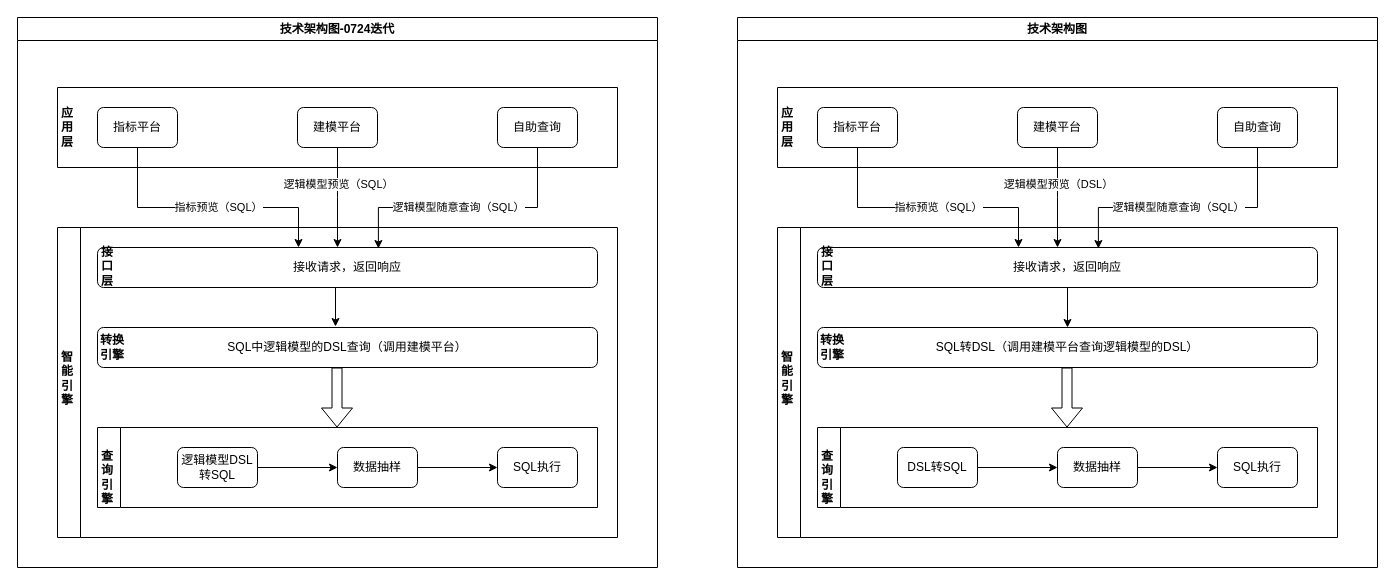
Before: biz_flow/虚拟化引擎设计.drawio in hlld3344/diagrams, a draw.io diagram. Source tidied: cells renumbered, new cells numbered last; positions are measured from the earlier drawing's top-left corner, leaving out a move shared by most shapes. Both pictures are drawn from the tidied source at 100%, with x=0, y=0 at pixel (17, 17).
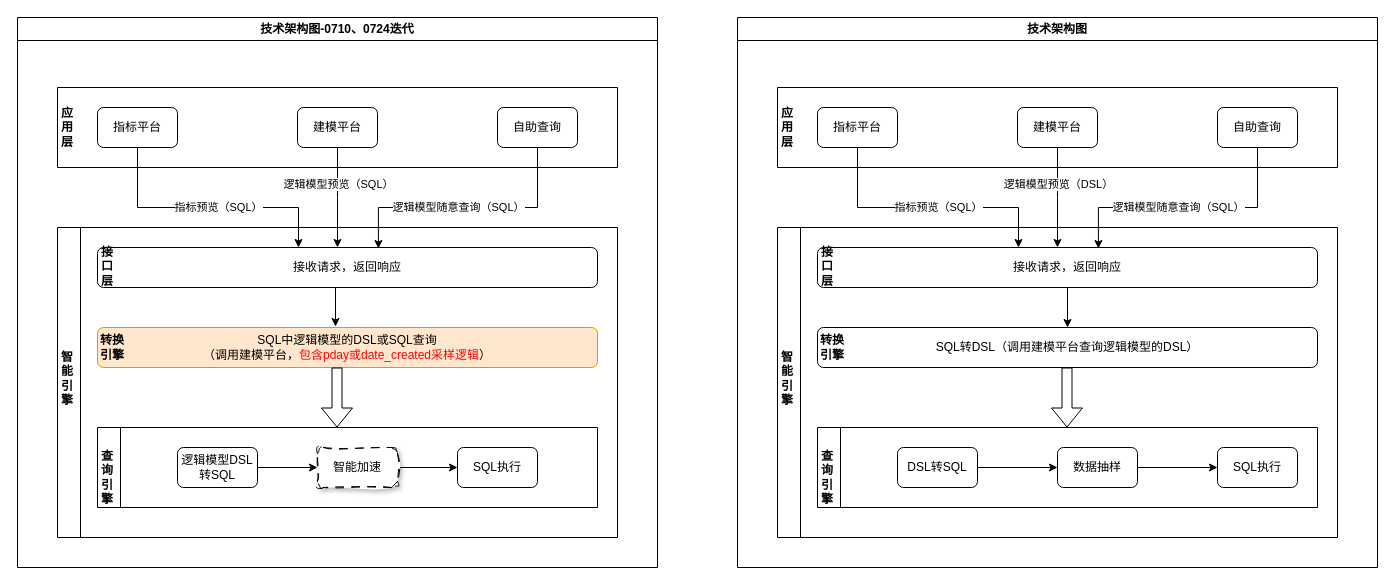
Above is the later version.

Commit message:
更新虚拟化引擎设计.drawio

The change refers to these unchanged cells:
```xml
<mxCell id="16" style="swimlane;horizontal=0;whiteSpace=wrap;html=1;" parent="2" vertex="1">
  <mxGeometry x="40" y="210" width="560" height="310" as="geometry" />
</mxCell>
<mxCell id="19" style="swimlane;horizontal=0;whiteSpace=wrap;html=1;" parent="16" vertex="1">
  <mxGeometry x="40" y="200" width="500" height="80" as="geometry" />
</mxCell>
<mxCell id="24" value="逻辑模型DSL转SQL" style="rounded=1;whiteSpace=wrap;html=1;" parent="19" vertex="1">
  <mxGeometry x="80" y="20" width="80" height="40" as="geometry" />
</mxCell>
```

The edit, as a diff of the source:
```diff
@@
-    <mxCell id="2" value="技术架构图-0724迭代" style="swimlane;whiteSpace=wrap;html=1;" parent="1" vertex="1">
+    <mxCell id="2" value="技术架构图-0710、0724迭代" style="swimlane;whiteSpace=wrap;html=1;" parent="1" vertex="1">
       <mxGeometry width="640" height="550" as="geometry" />
     </mxCell>
@@
     <mxCell id="21" value="SQL执行" style="rounded=1;whiteSpace=wrap;html=1;" parent="19" vertex="1">
-      <mxGeometry x="400" y="20" width="80" height="40" as="geometry" />
+      <mxGeometry x="360" y="20" width="80" height="40" as="geometry" />
     </mxCell>
-    <mxCell id="22" style="edgeStyle=orthogonalEdgeStyle;rounded=0;jettySize=auto;html=1;exitX=1;exitY=0.5;exitDx=0;exitDy=0;" parent="19" edge="1" source="23" target="21">
-      <mxGeometry relative="1" as="geometry" />
-    </mxCell>
-    <mxCell id="23" value="数据抽样" style="rounded=1;whiteSpace=wrap;html=1;" parent="19" vertex="1">
-      <mxGeometry x="240" y="20" width="80" height="40" as="geometry" />
-    </mxCell>
+    <mxCell id="56" style="edgeStyle=orthogonalEdgeStyle;rounded=0;jettySize=auto;html=1;exitX=1;exitY=0.5;exitDx=0;exitDy=0;entryX=0;entryY=0.5;entryDx=0;entryDy=0;" parent="19" edge="1" source="24" target="58">
+      <mxGeometry relative="1" as="geometry" />
+    </mxCell>
@@
-    <mxCell id="25" style="edgeStyle=orthogonalEdgeStyle;rounded=0;jettySize=auto;html=1;exitX=1;exitY=0.5;exitDx=0;exitDy=0;entryX=0;entryY=0.5;entryDx=0;entryDy=0;" parent="19" edge="1" source="24" target="23">
-      <mxGeometry relative="1" as="geometry" />
-    </mxCell>
+    <mxCell id="57" style="edgeStyle=orthogonalEdgeStyle;rounded=0;jettySize=auto;html=1;exitX=1;exitY=0.5;exitDx=0;exitDy=0;entryX=0;entryY=0.5;entryDx=0;entryDy=0;" parent="19" edge="1" source="58" target="21">
+      <mxGeometry relative="1" as="geometry" />
+    </mxCell>
+    <mxCell id="58" value="智能加速" style="rounded=1;whiteSpace=wrap;html=1;dashed=1;dashPattern=8 8;sketch=1;curveFitting=1;jiggle=2;shadow=1;" parent="19" vertex="1">
+      <mxGeometry x="220" y="20" width="80" height="40" as="geometry" />
+    </mxCell>
-    <mxCell id="26" value="SQL中逻辑模型的DSL查询（调用建模平台）" style="rounded=1;whiteSpace=wrap;html=1;" parent="16" vertex="1">
+    <mxCell id="26" value="SQL中逻辑模型的DSL或SQL查询&lt;div&gt;（调用建模平台，&lt;font style=&quot;color: rgb(255, 0, 0);&quot;&gt;包含pday或date_created采样逻辑&lt;/font&gt;）&lt;/div&gt;" style="rounded=1;whiteSpace=wrap;html=1;fillColor=#ffe6cc;strokeColor=#d79b00;" parent="16" vertex="1">
       <mxGeometry x="40" y="100" width="500" height="40" as="geometry" />
     </mxCell>
```
